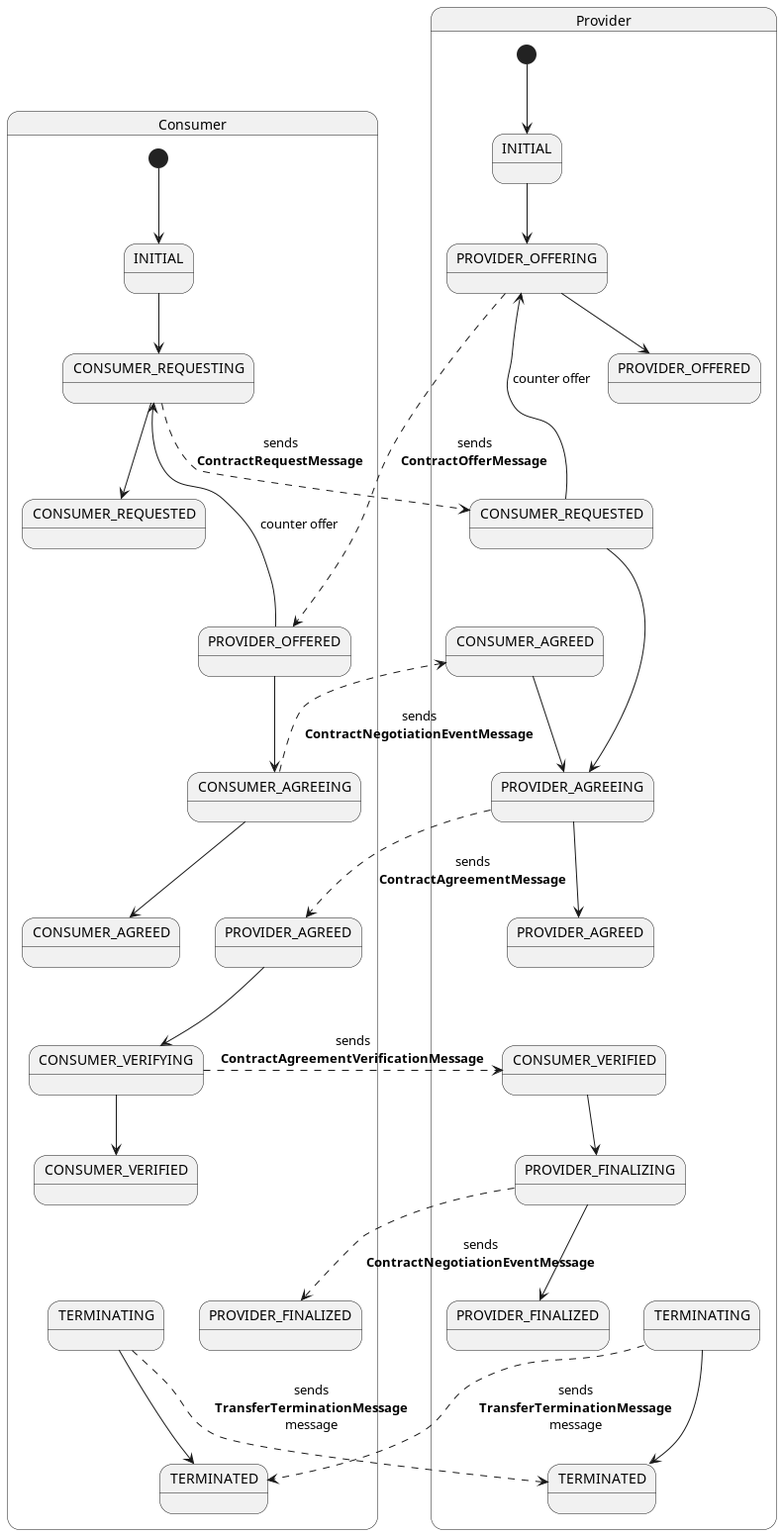
Above: docs/developer/architecture/usage-control/diagrams/contract-negotiation-states.png in eclipse-edc/Connector (PlantUML), before the change.
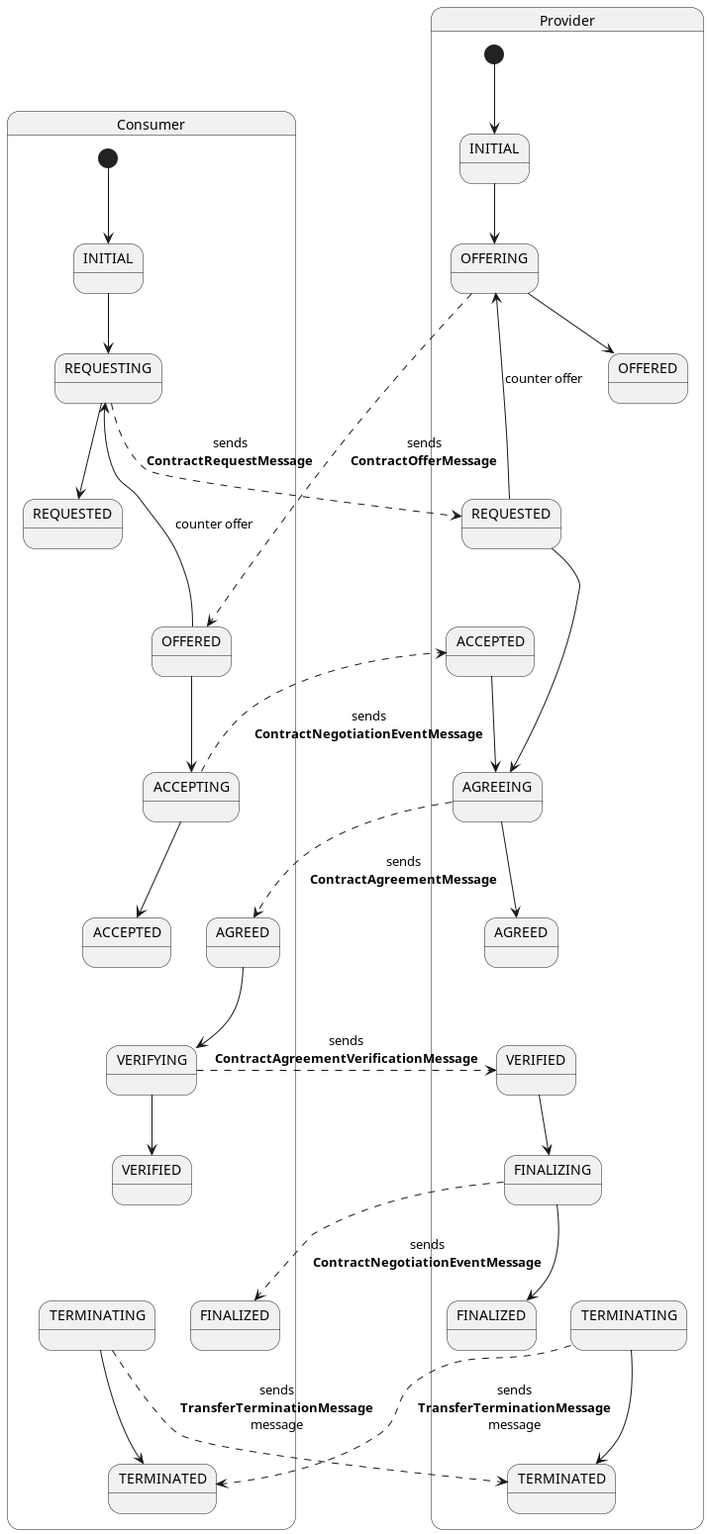
The same diagram one commit later.

Change to the diagram source:
```diff
@@ -3,23 +3,23 @@
 state Consumer {
   state "INITIAL" as INITIAL_consumer {
   }
-  state "CONSUMER_REQUESTING" as CONSUMER_REQUESTING_consumer {
+  state "REQUESTING" as REQUESTING_consumer {
   }
-  state "CONSUMER_REQUESTED" as CONSUMER_REQUESTED_consumer {
+  state "REQUESTED" as REQUESTED_consumer {
   }
-  state "PROVIDER_OFFERED" as PROVIDER_OFFERED_consumer {
+  state "OFFERED" as OFFERED_consumer {
   }
-  state "CONSUMER_AGREEING" as CONSUMER_AGREEING_consumer {
+  state "ACCEPTING" as ACCEPTING_consumer {
   }
-  state "CONSUMER_AGREED" as CONSUMER_AGREED_consumer {
+  state "ACCEPTED" as ACCEPTED_consumer {
   }
-  state "PROVIDER_AGREED" as PROVIDER_AGREED_consumer {
+  state "AGREED" as AGREED_consumer {
   }
-  state "CONSUMER_VERIFYING" as CONSUMER_VERIFYING_consumer {
+  state "VERIFYING" as VERIFYING_consumer {
   }
-  state "CONSUMER_VERIFIED" as CONSUMER_VERIFIED_consumer {
+  state "VERIFIED" as VERIFIED_consumer {
   }
-  state "PROVIDER_FINALIZED" as PROVIDER_FINALIZED_consumer {
+  state "FINALIZED" as FINALIZED_consumer {
   }
   state "TERMINATING" as TERMINATING_consumer {
   }
@@ -27,25 +27,25 @@
   }
 
   [*] --> INITIAL_consumer
-  INITIAL_consumer --> CONSUMER_REQUESTING_consumer
-  CONSUMER_REQUESTING_consumer --> CONSUMER_REQUESTED_consumer
-  CONSUMER_REQUESTING_consumer -[dashed]-> CONSUMER_REQUESTED_provider : sends\n**ContractRequestMessage**
+  INITIAL_consumer --> REQUESTING_consumer
+  REQUESTING_consumer --> REQUESTED_consumer
+  REQUESTING_consumer -[dashed]-> REQUESTED_provider : sends\n**ContractRequestMessage**
 
-  CONSUMER_REQUESTED_consumer -[hidden]-> PROVIDER_OFFERED_consumer : used for layout
+  REQUESTED_consumer -[hidden]-> OFFERED_consumer : used for layout
 
-  PROVIDER_OFFERED_consumer --> CONSUMER_AGREEING_consumer
-  PROVIDER_OFFERED_consumer --> CONSUMER_REQUESTING_consumer : counter offer
-  CONSUMER_AGREEING_consumer --> CONSUMER_AGREED_consumer
-  CONSUMER_AGREEING_consumer -[dashed]-> CONSUMER_AGREED_provider : sends\n**ContractNegotiationEventMessage**
+  OFFERED_consumer --> ACCEPTING_consumer
+  OFFERED_consumer --> REQUESTING_consumer : counter offer
+  ACCEPTING_consumer --> ACCEPTED_consumer
+  ACCEPTING_consumer -[dashed]-> ACCEPTED_provider : sends\n**ContractNegotiationEventMessage**
 
-  CONSUMER_AGREED_consumer -[hidden]-> CONSUMER_VERIFYING_consumer : used for layout
-  PROVIDER_AGREED_consumer --> CONSUMER_VERIFYING_consumer
-  CONSUMER_VERIFYING_consumer --> CONSUMER_VERIFIED_consumer
-  CONSUMER_VERIFYING_consumer -[dashed]-> CONSUMER_VERIFIED_provider : sends\n**ContractAgreementVerificationMessage**
+  ACCEPTED_consumer -[hidden]-> VERIFYING_consumer : used for layout
+  AGREED_consumer --> VERIFYING_consumer
+  VERIFYING_consumer --> VERIFIED_consumer
+  VERIFYING_consumer -[dashed]-> VERIFIED_provider : sends\n**ContractAgreementVerificationMessage**
 
-  CONSUMER_VERIFIED_consumer -[hidden]-> PROVIDER_FINALIZED_consumer : used for layout
+  VERIFIED_consumer -[hidden]-> FINALIZED_consumer : used for layout
 
-  CONSUMER_VERIFIED_consumer -[hidden]-> TERMINATING_consumer : used for layout
+  VERIFIED_consumer -[hidden]-> TERMINATING_consumer : used for layout
   TERMINATING_consumer -[dashed]-> TERMINATED_provider : sends\n**TransferTerminationMessage**\nmessage
   TERMINATING_consumer --> TERMINATED_consumer
 }
@@ -53,23 +53,23 @@
 state Provider {
   state "INITIAL" as INITIAL_provider {
   }
-  state "CONSUMER_REQUESTED" as CONSUMER_REQUESTED_provider {
+  state "REQUESTED" as REQUESTED_provider {
   }
-  state "PROVIDER_OFFERING" as PROVIDER_OFFERING_provider {
+  state "OFFERING" as OFFERING_provider {
   }
-  state "PROVIDER_OFFERED" as PROVIDER_OFFERED_provider {
+  state "OFFERED" as OFFERED_provider {
   }
-  state "PROVIDER_AGREEING" as PROVIDER_AGREEING_provider {
+  state "AGREEING" as AGREEING_provider {
   }
-  state "PROVIDER_AGREED" as PROVIDER_AGREED_provider {
+  state "AGREED" as AGREED_provider {
   }
-  state "CONSUMER_AGREED" as CONSUMER_AGREED_provider {
+  state "ACCEPTED" as ACCEPTED_provider {
   }
-  state "CONSUMER_VERIFIED" as CONSUMER_VERIFIED_provider {
+  state "VERIFIED" as VERIFIED_provider {
   }
-  state "PROVIDER_FINALIZING" as PROVIDER_FINALIZING_provider {
+  state "FINALIZING" as FINALIZING_provider {
   }
-  state "PROVIDER_FINALIZED" as PROVIDER_FINALIZED_provider {
+  state "FINALIZED" as FINALIZED_provider {
   }
   state "TERMINATING" as TERMINATING_provider {
   }
@@ -77,24 +77,24 @@
   }
 
   [*] --> INITIAL_provider
-  INITIAL_provider --> PROVIDER_OFFERING_provider
-  PROVIDER_OFFERING_provider --> PROVIDER_OFFERED_provider
-  PROVIDER_OFFERING_provider -[dashed]-> PROVIDER_OFFERED_consumer : sends\n**ContractOfferMessage**
-  CONSUMER_REQUESTED_provider --> PROVIDER_AGREEING_provider
-  CONSUMER_REQUESTED_provider --> PROVIDER_OFFERING_provider : counter offer
-  PROVIDER_AGREEING_provider --> PROVIDER_AGREED_provider
-  PROVIDER_AGREEING_provider -[dashed]-> PROVIDER_AGREED_consumer : sends\n**ContractAgreementMessage**
+  INITIAL_provider --> OFFERING_provider
+  OFFERING_provider --> OFFERED_provider
+  OFFERING_provider -[dashed]-> OFFERED_consumer : sends\n**ContractOfferMessage**
+  REQUESTED_provider --> AGREEING_provider
+  REQUESTED_provider --> OFFERING_provider : counter offer
+  AGREEING_provider --> AGREED_provider
+  AGREEING_provider -[dashed]-> AGREED_consumer : sends\n**ContractAgreementMessage**
 
-  PROVIDER_OFFERED_provider -[hidden]-> CONSUMER_REQUESTED_provider : used for layout
-  PROVIDER_AGREED_provider -[hidden]-> CONSUMER_VERIFIED_provider : used for layout
-  CONSUMER_REQUESTED_provider -[hidden]-> CONSUMER_AGREED_provider : used for layout
+  OFFERED_provider -[hidden]-> REQUESTED_provider : used for layout
+  AGREED_provider -[hidden]-> VERIFIED_provider : used for layout
+  REQUESTED_provider -[hidden]-> ACCEPTED_provider : used for layout
 
-  CONSUMER_AGREED_provider --> PROVIDER_AGREEING_provider
-  CONSUMER_VERIFIED_provider --> PROVIDER_FINALIZING_provider
-  PROVIDER_FINALIZING_provider --> PROVIDER_FINALIZED_provider
-  PROVIDER_FINALIZING_provider -[dashed]-> PROVIDER_FINALIZED_consumer : sends\n**ContractNegotiationEventMessage**
+  ACCEPTED_provider --> AGREEING_provider
+  VERIFIED_provider --> FINALIZING_provider
+  FINALIZING_provider --> FINALIZED_provider
+  FINALIZING_provider -[dashed]-> FINALIZED_consumer : sends\n**ContractNegotiationEventMessage**
 
-  PROVIDER_FINALIZING_provider -[hidden]-> TERMINATING_provider : used for layout
+  FINALIZING_provider -[hidden]-> TERMINATING_provider : used for layout
   TERMINATING_provider -[dashed]-> TERMINATED_consumer : sends\n**TransferTerminationMessage**\nmessage
   TERMINATING_provider --> TERMINATED_provider
 }
```
